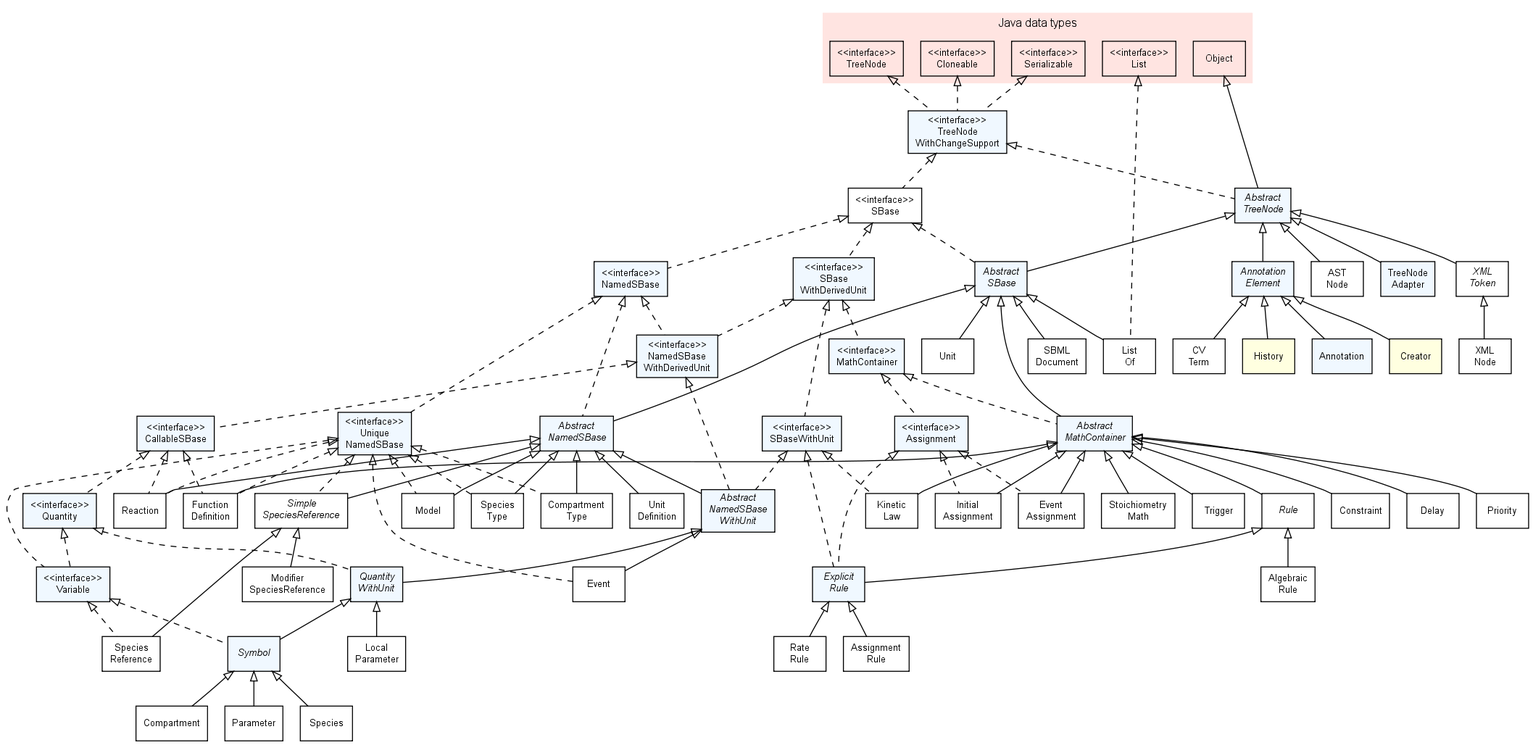
Above: doc/img/FullTypeHierarchy.png in sbmlteam/jsbml (Graphviz), before the change. Its source is kept beside it as doc/img/FullTypeHierarchy.dot.
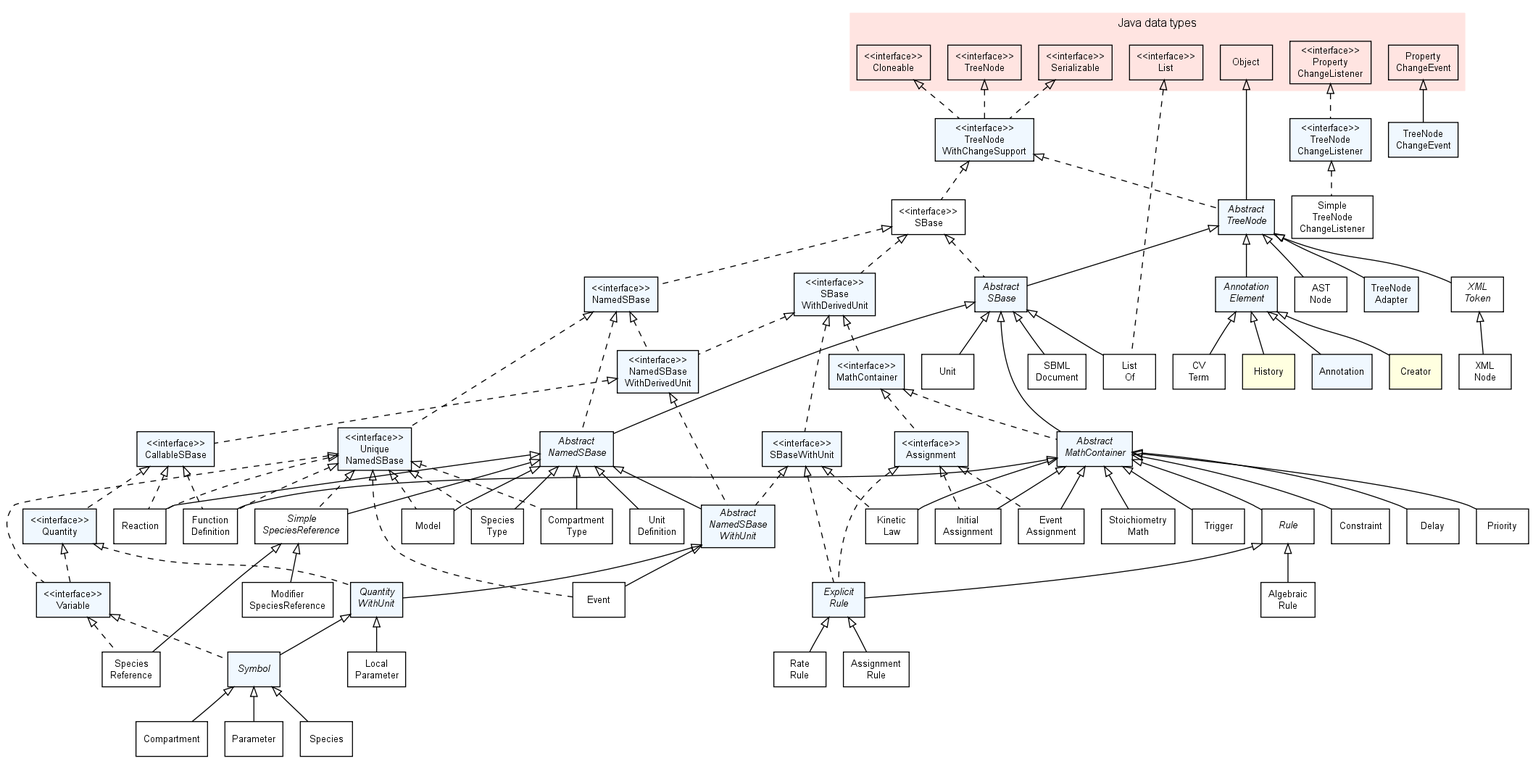
After the commit.

Commit message:
Started to improve the documentation by updating the type hirarchy.

What changed in the source:
```diff
@@ -38,11 +38,12 @@
 
     Cloneable                              [label="<<interface>>\nCloneable"];
     List                                   [label="<<interface>>\nList"];
+    PropertyChangeListener                 [label="<<interface>>\nProperty\nChangeListener"];
     Serializable                           [label="<<interface>>\nSerializable"];
     TreeNode                               [label="<<interface>>\nTreeNode"];
 
     Object                                 [label="Object"];
-
+    PropertyChangeEvent                    [label="Property\nChangeEvent"];
   }
 
   /*
@@ -58,6 +59,7 @@
   SBaseWithDerivedUnit                     [label="<<interface>>\nSBase\nWithDerivedUnit", style="filled", fillcolor="#F0F8FF"];
   SBaseWithUnit                            [label="<<interface>>\nSBaseWithUnit", style="filled", fillcolor="#F0F8FF"];
   SBase                                    [label="<<interface>>\nSBase"];
+  TreeNodeChangeListener                   [label="<<interface>>\nTreeNode\nChangeListener", style="filled", fillcolor="#F0F8FF"];
   TreeNodeWithChangeSupport                [label="<<interface>>\nTreeNode\nWithChangeSupport", style="filled", fillcolor="#F0F8FF"];
   UniqueNamedSBase                         [label="<<interface>>\nUnique\nNamedSBase", style="filled", fillcolor="#F0F8FF"];
   Variable                                 [label="<<interface>>\nVariable", style="filled", fillcolor="#F0F8FF"];
@@ -108,11 +110,13 @@
   RateRule                                 [label="Rate\nRule"];
   Reaction                                 [label="Reaction"];
   SBMLDocument                             [label="SBML\nDocument"];
+  SimpleTreeNodeChangeListener             [label="Simple\nTreeNode\nChangeListener", fillcolor="#FFFFE0"];
   Species                                  [label="Species"];
   SpeciesReference                         [label="Species\nReference"];
   SpeciesType                              [label="Species\nType"];
   StoichiometryMath                        [label="Stoichiometry\nMath"];
   TreeNodeAdapter                          [label="TreeNode\nAdapter", style="filled", fillcolor="#F0F8FF"];
+  TreeNodeChangeEvent                      [label="TreeNode\nChangeEvent", style="filled", fillcolor="#F0F8FF"];
   Trigger                                  [label="Trigger"];
   Unit                                     [label="Unit"];
   UnitDefinition                           [label="Unit\nDefinition"];
@@ -122,92 +126,95 @@
    * Inheritance graph *
    *********************/
 
-  AbstractNamedSBase         -> AbstractNamedSBaseWithUnit [dir=back,arrowtail=empty];
-  AbstractNamedSBase         -> CompartmentType            [dir=back,arrowtail=empty];
-  AbstractNamedSBase         -> Model                      [dir=back,arrowtail=empty];
-  AbstractNamedSBase         -> Reaction                   [dir=back,arrowtail=empty];
-  AbstractNamedSBase         -> SimpleSpeciesReference     [dir=back,arrowtail=empty];
-  AbstractNamedSBase         -> SpeciesType                [dir=back,arrowtail=empty];
-  AbstractNamedSBase         -> UnitDefinition             [dir=back,arrowtail=empty];
-  AbstractNamedSBaseWithUnit -> Event                      [dir=back,arrowtail=empty];
-  AbstractNamedSBaseWithUnit -> QuantityWithUnit           [dir=back,arrowtail=empty];
-  AbstractSBase              -> AbstractMathContainer      [dir=back,arrowtail=empty];
-  AbstractSBase              -> AbstractNamedSBase         [dir=back,arrowtail=empty];
-  AbstractMathContainer      -> FunctionDefinition         [dir=back,arrowtail=empty];
-  AbstractMathContainer      -> KineticLaw                 [dir=back,arrowtail=empty];
-  AbstractSBase              -> ListOf                     [dir=back,arrowtail=empty];
-  AbstractSBase              -> SBMLDocument               [dir=back,arrowtail=empty];
-  AbstractSBase              -> Unit                       [dir=back,arrowtail=empty];
-  AbstractMathContainer      -> Constraint                 [dir=back,arrowtail=empty];
-  AbstractMathContainer      -> Delay                      [dir=back,arrowtail=empty];
-  AbstractMathContainer      -> EventAssignment            [dir=back,arrowtail=empty];
-  AbstractMathContainer      -> InitialAssignment          [dir=back,arrowtail=empty];
-  AbstractMathContainer      -> KineticLaw                 [dir=back,arrowtail=empty];
-  AbstractMathContainer      -> Priority                   [dir=back,arrowtail=empty];
-  AbstractMathContainer      -> Rule                       [dir=back,arrowtail=empty];
-  AbstractMathContainer      -> StoichiometryMath          [dir=back,arrowtail=empty];
-  AbstractMathContainer      -> Trigger                    [dir=back,arrowtail=empty];
-  AbstractTreeNode           -> AbstractSBase              [dir=back,arrowtail=empty];
-  AbstractTreeNode           -> AnnotationElement          [dir=back,arrowtail=empty];
-  AbstractTreeNode           -> ASTNode                    [dir=back,arrowtail=empty];
-  AbstractTreeNode           -> TreeNodeAdapter            [dir=back,arrowtail=empty];
-  AbstractTreeNode           -> XMLToken                   [dir=back,arrowtail=empty];
-  AnnotationElement          -> Annotation                 [dir=back,arrowtail=empty];
-  AnnotationElement          -> Creator                    [dir=back,arrowtail=empty];
-  AnnotationElement          -> CVTerm                     [dir=back,arrowtail=empty];
-  AnnotationElement          -> History                    [dir=back,arrowtail=empty];
-  Assignment                 -> EventAssignment            [dir=back,arrowtail=empty,style=dashed];
-  Assignment                 -> ExplicitRule               [dir=back,arrowtail=empty,style=dashed];
-  Assignment                 -> InitialAssignment          [dir=back,arrowtail=empty,style=dashed];
-  CallableSBase              -> Quantity                   [dir=back,arrowtail=empty,style=dashed];
-  CallableSBase              -> FunctionDefinition         [dir=back,arrowtail=empty,style=dashed];
-  CallableSBase              -> Reaction                   [dir=back,arrowtail=empty,style=dashed];
-  Cloneable                  -> TreeNodeWithChangeSupport  [dir=back,arrowtail=empty,style=dashed];
-  ExplicitRule               -> AssignmentRule             [dir=back,arrowtail=empty];
-  ExplicitRule               -> RateRule                   [dir=back,arrowtail=empty];
-  List                       -> ListOf                     [dir=back,arrowtail=empty,style=dashed];
-  MathContainer              -> AbstractMathContainer      [dir=back,arrowtail=empty,style=dashed];
-  MathContainer              -> Assignment                 [dir=back,arrowtail=empty,style=dashed];
-  NamedSBase                 -> AbstractNamedSBase         [dir=back,arrowtail=empty,style=dashed];
-  NamedSBase                 -> NamedSBaseWithDerivedUnit  [dir=back,arrowtail=empty,style=dashed];
-  NamedSBase                 -> UniqueNamedSBase           [dir=back,arrowtail=empty,style=dashed];
-  NamedSBaseWithDerivedUnit  -> AbstractNamedSBaseWithUnit [dir=back,arrowtail=empty,style=dashed];
-  NamedSBaseWithDerivedUnit  -> CallableSBase              [dir=back,arrowtail=empty,style=dashed];
-  Object                     -> AbstractTreeNode           [dir=back,arrowtail=empty];
-  Quantity                   -> QuantityWithUnit           [dir=back,arrowtail=empty,style=dashed];
-  Quantity                   -> Variable                   [dir=back,arrowtail=empty,style=dashed];
-  QuantityWithUnit           -> LocalParameter             [dir=back,arrowtail=empty];
-  QuantityWithUnit           -> Symbol                     [dir=back,arrowtail=empty];
-  Rule                       -> AlgebraicRule              [dir=back,arrowtail=empty];
-  Rule                       -> ExplicitRule               [dir=back,arrowtail=empty];
-  SBase                      -> AbstractSBase              [dir=back,arrowtail=empty,style=dashed];
-  SBase                      -> NamedSBase                 [dir=back,arrowtail=empty,style=dashed];
-  SBase                      -> SBaseWithDerivedUnit       [dir=back,arrowtail=empty,style=dashed];
-  SBaseWithDerivedUnit       -> MathContainer              [dir=back,arrowtail=empty,style=dashed];
-  SBaseWithDerivedUnit       -> NamedSBaseWithDerivedUnit  [dir=back,arrowtail=empty,style=dashed];
-  SBaseWithDerivedUnit       -> SBaseWithUnit              [dir=back,arrowtail=empty,style=dashed];
-  SBaseWithUnit              -> AbstractNamedSBaseWithUnit [dir=back,arrowtail=empty,style=dashed];
-  SBaseWithUnit              -> ExplicitRule               [dir=back,arrowtail=empty,style=dashed];
-  SBaseWithUnit              -> KineticLaw                 [dir=back,arrowtail=empty,style=dashed];
-  SimpleSpeciesReference     -> ModifierSpeciesReference   [dir=back,arrowtail=empty];
-  SimpleSpeciesReference     -> SpeciesReference           [dir=back,arrowtail=empty];
-  Serializable               -> TreeNodeWithChangeSupport  [dir=back,arrowtail=empty,style=dashed];
-  Symbol                     -> Compartment                [dir=back,arrowtail=empty];
-  Symbol                     -> Parameter                  [dir=back,arrowtail=empty];
-  Symbol                     -> Species                    [dir=back,arrowtail=empty];
-  TreeNode                   -> TreeNodeWithChangeSupport  [dir=back,arrowtail=empty,style=dashed];
-  TreeNodeWithChangeSupport  -> AbstractTreeNode           [dir=back,arrowtail=empty,style=dashed];
-  TreeNodeWithChangeSupport  -> SBase                      [dir=back,arrowtail=empty,style=dashed];
-  UniqueNamedSBase           -> CompartmentType            [dir=back,arrowtail=empty,style=dashed];
-  UniqueNamedSBase           -> Event                      [dir=back,arrowtail=empty,style=dashed];
-  UniqueNamedSBase           -> FunctionDefinition         [dir=back,arrowtail=empty,style=dashed];
-  UniqueNamedSBase           -> Model                      [dir=back,arrowtail=empty,style=dashed];
-  UniqueNamedSBase           -> Reaction                   [dir=back,arrowtail=empty,style=dashed];
-  UniqueNamedSBase           -> SimpleSpeciesReference     [dir=back,arrowtail=empty,style=dashed];
-  UniqueNamedSBase           -> SpeciesType                [dir=back,arrowtail=empty,style=dashed];
-  UniqueNamedSBase           -> Variable                   [dir=back,arrowtail=empty,style=dashed];
-  Variable                   -> SpeciesReference           [dir=back,arrowtail=empty,style=dashed];
-  Variable                   -> Symbol                     [dir=back,arrowtail=empty,style=dashed];
-  XMLToken                   -> XMLNode                    [dir=back,arrowtail=empty];
+  AbstractNamedSBase         -> AbstractNamedSBaseWithUnit   [dir=back,arrowtail=empty];
+  AbstractNamedSBase         -> CompartmentType              [dir=back,arrowtail=empty];
+  AbstractNamedSBase         -> Model                        [dir=back,arrowtail=empty];
+  AbstractNamedSBase         -> Reaction                     [dir=back,arrowtail=empty];
+  AbstractNamedSBase         -> SimpleSpeciesReference       [dir=back,arrowtail=empty];
+  AbstractNamedSBase         -> SpeciesType                  [dir=back,arrowtail=empty];
+  AbstractNamedSBase         -> UnitDefinition               [dir=back,arrowtail=empty];
+  AbstractNamedSBaseWithUnit -> Event                        [dir=back,arrowtail=empty];
+  AbstractNamedSBaseWithUnit -> QuantityWithUnit             [dir=back,arrowtail=empty];
+  AbstractSBase              -> AbstractMathContainer        [dir=back,arrowtail=empty];
+  AbstractSBase              -> AbstractNamedSBase           [dir=back,arrowtail=empty];
+  AbstractMathContainer      -> FunctionDefinition           [dir=back,arrowtail=empty];
+  AbstractMathContainer      -> KineticLaw                   [dir=back,arrowtail=empty];
+  AbstractSBase              -> ListOf                       [dir=back,arrowtail=empty];
+  AbstractSBase              -> SBMLDocument                 [dir=back,arrowtail=empty];
+  AbstractSBase              -> Unit                         [dir=back,arrowtail=empty];
+  AbstractMathContainer      -> Constraint                   [dir=back,arrowtail=empty];
+  AbstractMathContainer      -> Delay                        [dir=back,arrowtail=empty];
+  AbstractMathContainer      -> EventAssignment              [dir=back,arrowtail=empty];
+  AbstractMathContainer      -> InitialAssignment            [dir=back,arrowtail=empty];
+  AbstractMathContainer      -> KineticLaw                   [dir=back,arrowtail=empty];
+  AbstractMathContainer      -> Priority                     [dir=back,arrowtail=empty];
+  AbstractMathContainer      -> Rule                         [dir=back,arrowtail=empty];
+  AbstractMathContainer      -> StoichiometryMath            [dir=back,arrowtail=empty];
+  AbstractMathContainer      -> Trigger                      [dir=back,arrowtail=empty];
+  AbstractTreeNode           -> AbstractSBase                [dir=back,arrowtail=empty];
+  AbstractTreeNode           -> AnnotationElement            [dir=back,arrowtail=empty];
+  AbstractTreeNode           -> ASTNode                      [dir=back,arrowtail=empty];
+  AbstractTreeNode           -> TreeNodeAdapter              [dir=back,arrowtail=empty];
+  AbstractTreeNode           -> XMLToken                     [dir=back,arrowtail=empty];
+  AnnotationElement          -> Annotation                   [dir=back,arrowtail=empty];
+  AnnotationElement          -> Creator                      [dir=back,arrowtail=empty];
+  AnnotationElement          -> CVTerm                       [dir=back,arrowtail=empty];
+  AnnotationElement          -> History                      [dir=back,arrowtail=empty];
+  Assignment                 -> EventAssignment              [dir=back,arrowtail=empty,style=dashed];
+  Assignment                 -> ExplicitRule                 [dir=back,arrowtail=empty,style=dashed];
+  Assignment                 -> InitialAssignment            [dir=back,arrowtail=empty,style=dashed];
+  CallableSBase              -> Quantity                     [dir=back,arrowtail=empty,style=dashed];
+  CallableSBase              -> FunctionDefinition           [dir=back,arrowtail=empty,style=dashed];
+  CallableSBase              -> Reaction                     [dir=back,arrowtail=empty,style=dashed];
+  Cloneable                  -> TreeNodeWithChangeSupport    [dir=back,arrowtail=empty,style=dashed];
+  ExplicitRule               -> AssignmentRule               [dir=back,arrowtail=empty];
+  ExplicitRule               -> RateRule                     [dir=back,arrowtail=empty];
+  List                       -> ListOf                       [dir=back,arrowtail=empty,style=dashed];
+  MathContainer              -> AbstractMathContainer        [dir=back,arrowtail=empty,style=dashed];
+  MathContainer              -> Assignment                   [dir=back,arrowtail=empty,style=dashed];
+  NamedSBase                 -> AbstractNamedSBase           [dir=back,arrowtail=empty,style=dashed];
+  NamedSBase                 -> NamedSBaseWithDerivedUnit    [dir=back,arrowtail=empty,style=dashed];
+  NamedSBase                 -> UniqueNamedSBase             [dir=back,arrowtail=empty,style=dashed];
+  NamedSBaseWithDerivedUnit  -> AbstractNamedSBaseWithUnit   [dir=back,arrowtail=empty,style=dashed];
+  NamedSBaseWithDerivedUnit  -> CallableSBase                [dir=back,arrowtail=empty,style=dashed];
+  Object                     -> AbstractTreeNode             [dir=back,arrowtail=empty];
+  PropertyChangeEvent        -> TreeNodeChangeEvent          [dir=back,arrowtail=empty];
+  PropertyChangeListener     -> TreeNodeChangeListener       [dir=back,arrowtail=empty,style=dashed];
+  Quantity                   -> QuantityWithUnit             [dir=back,arrowtail=empty,style=dashed];
+  Quantity                   -> Variable                     [dir=back,arrowtail=empty,style=dashed];
+  QuantityWithUnit           -> LocalParameter               [dir=back,arrowtail=empty];
+  QuantityWithUnit           -> Symbol                       [dir=back,arrowtail=empty];
+  Rule                       -> AlgebraicRule                [dir=back,arrowtail=empty];
+  Rule                       -> ExplicitRule                 [dir=back,arrowtail=empty];
+  SBase                      -> AbstractSBase                [dir=back,arrowtail=empty,style=dashed];
+  SBase                      -> NamedSBase                   [dir=back,arrowtail=empty,style=dashed];
+  SBase                      -> SBaseWithDerivedUnit         [dir=back,arrowtail=empty,style=dashed];
+  SBaseWithDerivedUnit       -> MathContainer                [dir=back,arrowtail=empty,style=dashed];
+  SBaseWithDerivedUnit       -> NamedSBaseWithDerivedUnit    [dir=back,arrowtail=empty,style=dashed];
+  SBaseWithDerivedUnit       -> SBaseWithUnit                [dir=back,arrowtail=empty,style=dashed];
+  SBaseWithUnit              -> AbstractNamedSBaseWithUnit   [dir=back,arrowtail=empty,style=dashed];
+  SBaseWithUnit              -> ExplicitRule                 [dir=back,arrowtail=empty,style=dashed];
+  SBaseWithUnit              -> KineticLaw                   [dir=back,arrowtail=empty,style=dashed];
+  SimpleSpeciesReference     -> ModifierSpeciesReference     [dir=back,arrowtail=empty];
+  SimpleSpeciesReference     -> SpeciesReference             [dir=back,arrowtail=empty];
+  Serializable               -> TreeNodeWithChangeSupport    [dir=back,arrowtail=empty,style=dashed];
+  Symbol                     -> Compartment                  [dir=back,arrowtail=empty];
+  Symbol                     -> Parameter                    [dir=back,arrowtail=empty];
+  Symbol                     -> Species                      [dir=back,arrowtail=empty];
+  TreeNode                   -> TreeNodeWithChangeSupport    [dir=back,arrowtail=empty,style=dashed];
+  TreeNodeChangeListener     -> SimpleTreeNodeChangeListener [dir=back,arrowtail=empty,style=dashed];
+  TreeNodeWithChangeSupport  -> AbstractTreeNode             [dir=back,arrowtail=empty,style=dashed];
+  TreeNodeWithChangeSupport  -> SBase                        [dir=back,arrowtail=empty,style=dashed];
+  UniqueNamedSBase           -> CompartmentType              [dir=back,arrowtail=empty,style=dashed];
+  UniqueNamedSBase           -> Event                        [dir=back,arrowtail=empty,style=dashed];
+  UniqueNamedSBase           -> FunctionDefinition           [dir=back,arrowtail=empty,style=dashed];
+  UniqueNamedSBase           -> Model                        [dir=back,arrowtail=empty,style=dashed];
+  UniqueNamedSBase           -> Reaction                     [dir=back,arrowtail=empty,style=dashed];
+  UniqueNamedSBase           -> SimpleSpeciesReference       [dir=back,arrowtail=empty,style=dashed];
+  UniqueNamedSBase           -> SpeciesType                  [dir=back,arrowtail=empty,style=dashed];
+  UniqueNamedSBase           -> Variable                     [dir=back,arrowtail=empty,style=dashed];
+  Variable                   -> SpeciesReference             [dir=back,arrowtail=empty,style=dashed];
+  Variable                   -> Symbol                       [dir=back,arrowtail=empty,style=dashed];
+  XMLToken                   -> XMLNode                      [dir=back,arrowtail=empty];
 
 }
```
